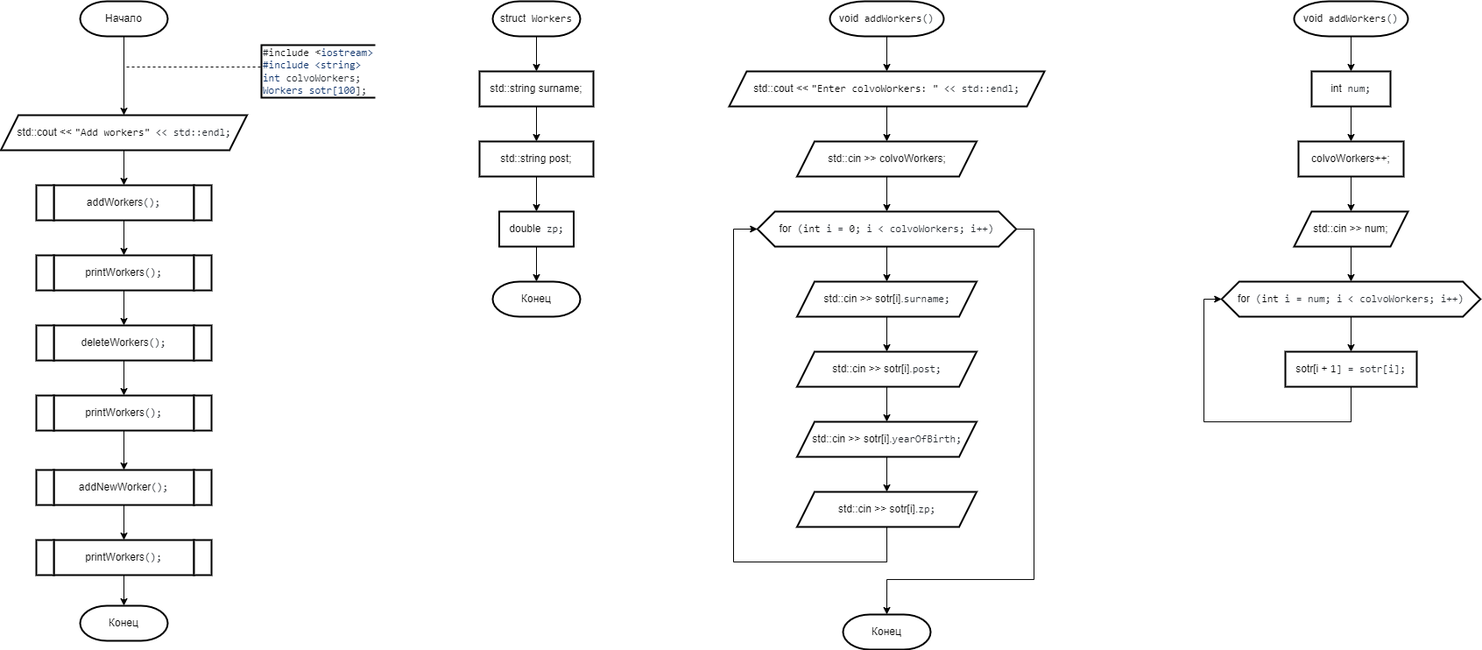
Earlier version of the draw.io export 2 Семестр/Labs/8 Лаба/8 Лаба.png (IlyaFedoseev227/LABS-PNRPU-IVT-22-1b). Source tidied: cells renumbered, new cells last; positions are measured from the earlier drawing's top-left corner, leaving out a move shared by most shapes.
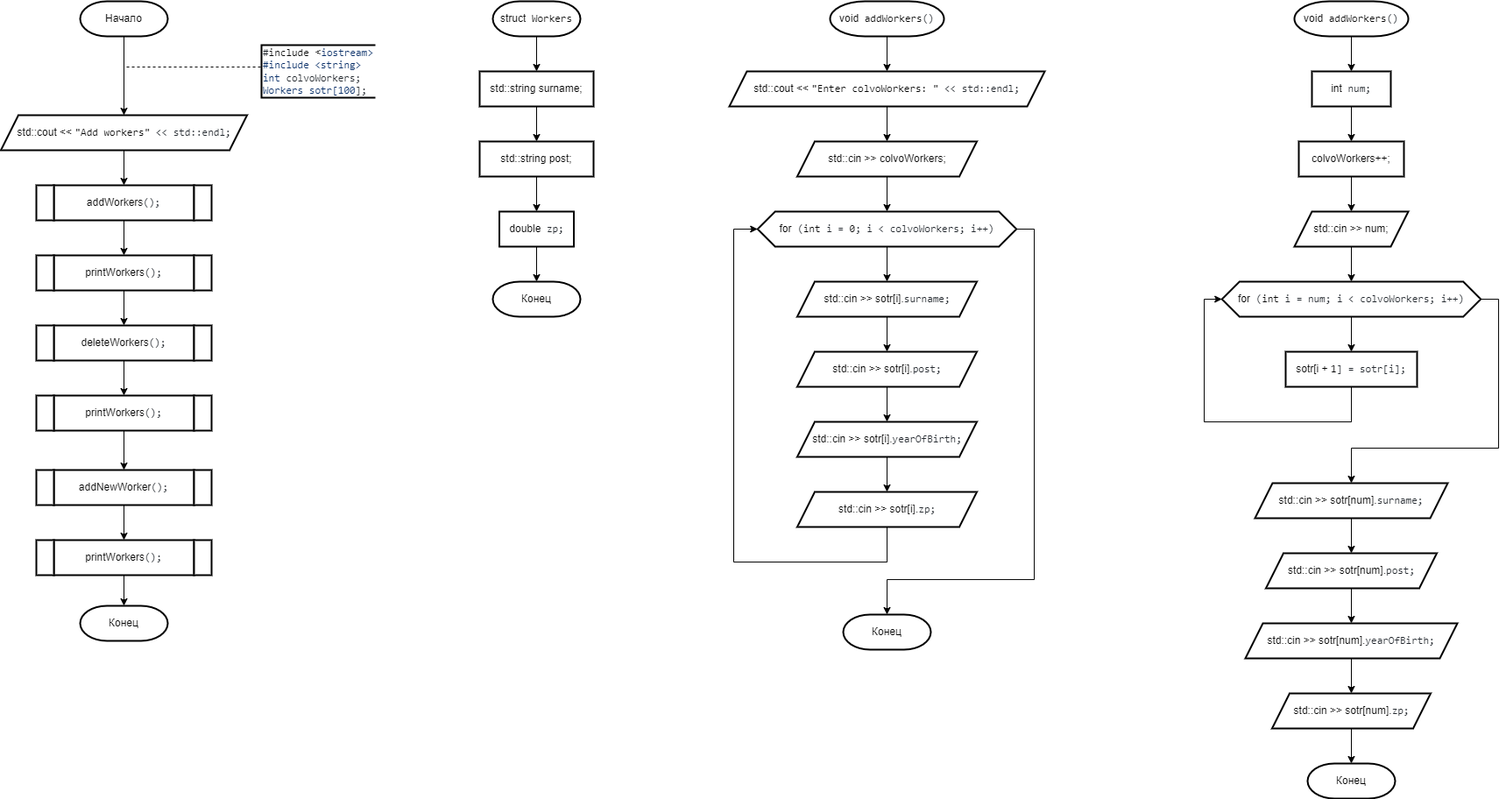
Later version of the same file.

What changed in the source:
```diff
@@ -222,6 +222,15 @@
     <mxCell id="68" style="edgeStyle=orthogonalEdgeStyle;rounded=0;jettySize=auto;html=1;exitX=0.5;exitY=1;exitDx=0;exitDy=0;entryX=0.5;entryY=0;entryDx=0;entryDy=0;" parent="1" edge="1" source="69" target="71">
       <mxGeometry relative="1" as="geometry" />
     </mxCell>
+    <mxCell id="72" style="edgeStyle=orthogonalEdgeStyle;rounded=0;jettySize=auto;html=1;exitX=1;exitY=0.5;exitDx=0;exitDy=0;entryX=0.5;entryY=0;entryDx=0;entryDy=0;" parent="1" edge="1" source="69" target="74">
+      <mxGeometry relative="1" as="geometry">
+        <Array as="points">
+          <mxPoint x="1709" y="340" />
+          <mxPoint x="1709" y="510" />
+          <mxPoint x="1541" y="510" />
+        </Array>
+      </mxGeometry>
+    </mxCell>
     <mxCell id="69" value="&lt;div style=&quot;text-align: start;&quot;&gt;for&lt;span style=&quot;color: rgb(36, 41, 47); font-family: ui-monospace, SFMono-Regular, &amp;quot;SF Mono&amp;quot;, Menlo, Consolas, &amp;quot;Liberation Mono&amp;quot;, monospace; background-color: rgb(255, 255, 255);&quot;&gt; (&lt;/span&gt;&lt;span style=&quot;box-sizing: border-box; color: var(--color-prettylights-syntax-keyword); font-family: ui-monospace, SFMono-Regular, &amp;quot;SF Mono&amp;quot;, Menlo, Consolas, &amp;quot;Liberation Mono&amp;quot;, monospace; background-color: rgb(255, 255, 255);&quot; class=&quot;pl-k&quot;&gt;int&lt;/span&gt;&lt;span style=&quot;color: rgb(36, 41, 47); font-family: ui-monospace, SFMono-Regular, &amp;quot;SF Mono&amp;quot;, Menlo, Consolas, &amp;quot;Liberation Mono&amp;quot;, monospace; background-color: rgb(255, 255, 255);&quot;&gt; i = num; i &amp;lt; colvoWorkers; i++)&lt;/span&gt;&lt;br&gt;&lt;/div&gt;" style="shape=hexagon;perimeter=hexagonPerimeter2;whiteSpace=wrap;html=1;fixedSize=1;strokeWidth=2;" parent="1" vertex="1">
       <mxGeometry x="1393.2" y="320" width="295.5" height="40" as="geometry" />
     </mxCell>
@@ -237,5 +246,32 @@
     <mxCell id="71" value="sotr[i + &lt;span style=&quot;box-sizing: border-box; color: var(--color-prettylights-syntax-constant); font-family: ui-monospace, SFMono-Regular, &amp;quot;SF Mono&amp;quot;, Menlo, Consolas, &amp;quot;Liberation Mono&amp;quot;, monospace; text-align: start; background-color: rgb(255, 255, 255);&quot; class=&quot;pl-c1&quot;&gt;1&lt;/span&gt;&lt;span style=&quot;color: rgb(36, 41, 47); font-family: ui-monospace, SFMono-Regular, &amp;quot;SF Mono&amp;quot;, Menlo, Consolas, &amp;quot;Liberation Mono&amp;quot;, monospace; text-align: start; background-color: rgb(255, 255, 255);&quot;&gt;] = sotr[i];&lt;/span&gt;" style="shape=parallelogram;perimeter=parallelogramPerimeter;whiteSpace=wrap;html=1;fixedSize=1;strokeWidth=2;size=-6;" parent="1" vertex="1">
       <mxGeometry x="1466" y="400" width="150" height="40" as="geometry" />
     </mxCell>
+    <mxCell id="73" style="edgeStyle=orthogonalEdgeStyle;rounded=0;jettySize=auto;html=1;exitX=0.5;exitY=1;exitDx=0;exitDy=0;" parent="1" edge="1" source="74" target="76">
+      <mxGeometry relative="1" as="geometry" />
+    </mxCell>
+    <mxCell id="74" value="&lt;div style=&quot;text-align: start;&quot;&gt;std::cin &amp;gt;&amp;gt; sotr[num].&lt;span style=&quot;box-sizing: border-box; color: rgb(36, 41, 47); font-family: ui-monospace, SFMono-Regular, &amp;quot;SF Mono&amp;quot;, Menlo, Consolas, &amp;quot;Liberation Mono&amp;quot;, monospace; background-color: rgb(255, 255, 255);&quot; class=&quot;pl-smi&quot;&gt;surname&lt;/span&gt;&lt;span style=&quot;color: rgb(36, 41, 47); font-family: ui-monospace, SFMono-Regular, &amp;quot;SF Mono&amp;quot;, Menlo, Consolas, &amp;quot;Liberation Mono&amp;quot;, monospace; background-color: rgb(255, 255, 255);&quot;&gt;;&lt;/span&gt;&lt;br&gt;&lt;/div&gt;" style="shape=parallelogram;perimeter=parallelogramPerimeter;whiteSpace=wrap;html=1;fixedSize=1;strokeWidth=2;size=20;" parent="1" vertex="1">
+      <mxGeometry x="1431" y="550" width="220" height="40" as="geometry" />
+    </mxCell>
+    <mxCell id="75" style="edgeStyle=orthogonalEdgeStyle;rounded=0;jettySize=auto;html=1;exitX=0.5;exitY=1;exitDx=0;exitDy=0;" parent="1" edge="1" source="76" target="78">
+      <mxGeometry relative="1" as="geometry" />
+    </mxCell>
+    <mxCell id="76" value="&lt;div style=&quot;text-align: start;&quot;&gt;std::cin &amp;gt;&amp;gt; sotr[num].&lt;span style=&quot;box-sizing: border-box; color: rgb(36, 41, 47); font-family: ui-monospace, SFMono-Regular, &amp;quot;SF Mono&amp;quot;, Menlo, Consolas, &amp;quot;Liberation Mono&amp;quot;, monospace; background-color: rgb(255, 255, 255);&quot; class=&quot;pl-smi&quot;&gt;post&lt;/span&gt;&lt;span style=&quot;color: rgb(36, 41, 47); font-family: ui-monospace, SFMono-Regular, &amp;quot;SF Mono&amp;quot;, Menlo, Consolas, &amp;quot;Liberation Mono&amp;quot;, monospace; background-color: rgb(255, 255, 255);&quot;&gt;;&lt;/span&gt;&lt;br&gt;&lt;/div&gt;" style="shape=parallelogram;perimeter=parallelogramPerimeter;whiteSpace=wrap;html=1;fixedSize=1;strokeWidth=2;size=20;" parent="1" vertex="1">
+      <mxGeometry x="1443.5" y="630" width="195" height="40" as="geometry" />
+    </mxCell>
+    <mxCell id="77" style="edgeStyle=orthogonalEdgeStyle;rounded=0;jettySize=auto;html=1;exitX=0.5;exitY=1;exitDx=0;exitDy=0;" parent="1" edge="1" source="78" target="80">
+      <mxGeometry relative="1" as="geometry" />
+    </mxCell>
+    <mxCell id="78" value="&lt;div style=&quot;text-align: start;&quot;&gt;std::cin &amp;gt;&amp;gt; sotr[num].&lt;span style=&quot;box-sizing: border-box; color: rgb(36, 41, 47); font-family: ui-monospace, SFMono-Regular, &amp;quot;SF Mono&amp;quot;, Menlo, Consolas, &amp;quot;Liberation Mono&amp;quot;, monospace; background-color: rgb(255, 255, 255);&quot; class=&quot;pl-smi&quot;&gt;yearOfBirth&lt;/span&gt;&lt;span style=&quot;color: rgb(36, 41, 47); font-family: ui-monospace, SFMono-Regular, &amp;quot;SF Mono&amp;quot;, Menlo, Consolas, &amp;quot;Liberation Mono&amp;quot;, monospace; background-color: rgb(255, 255, 255);&quot;&gt;;&lt;/span&gt;&lt;br&gt;&lt;/div&gt;" style="shape=parallelogram;perimeter=parallelogramPerimeter;whiteSpace=wrap;html=1;fixedSize=1;strokeWidth=2;size=20;" parent="1" vertex="1">
+      <mxGeometry x="1420" y="710" width="242" height="40" as="geometry" />
+    </mxCell>
+    <mxCell id="79" style="edgeStyle=orthogonalEdgeStyle;rounded=0;jettySize=auto;html=1;exitX=0.5;exitY=1;exitDx=0;exitDy=0;entryX=0.5;entryY=0;entryDx=0;entryDy=0;entryPerimeter=0;" parent="1" edge="1" source="80" target="81">
+      <mxGeometry relative="1" as="geometry" />
+    </mxCell>
+    <mxCell id="80" value="&lt;div style=&quot;text-align: start;&quot;&gt;std::cin &amp;gt;&amp;gt; sotr[num].&lt;span style=&quot;box-sizing: border-box; color: rgb(36, 41, 47); font-family: ui-monospace, SFMono-Regular, &amp;quot;SF Mono&amp;quot;, Menlo, Consolas, &amp;quot;Liberation Mono&amp;quot;, monospace; background-color: rgb(255, 255, 255);&quot; class=&quot;pl-smi&quot;&gt;zp&lt;/span&gt;&lt;span style=&quot;color: rgb(36, 41, 47); font-family: ui-monospace, SFMono-Regular, &amp;quot;SF Mono&amp;quot;, Menlo, Consolas, &amp;quot;Liberation Mono&amp;quot;, monospace; background-color: rgb(255, 255, 255);&quot;&gt;;&lt;/span&gt;&lt;br&gt;&lt;/div&gt;" style="shape=parallelogram;perimeter=parallelogramPerimeter;whiteSpace=wrap;html=1;fixedSize=1;strokeWidth=2;size=20;" parent="1" vertex="1">
+      <mxGeometry x="1450.5" y="790" width="181" height="40" as="geometry" />
+    </mxCell>
+    <mxCell id="81" value="Конец" style="strokeWidth=2;html=1;shape=mxgraph.flowchart.terminator;whiteSpace=wrap;" parent="1" vertex="1">
+      <mxGeometry x="1491" y="870" width="100" height="40" as="geometry" />
+    </mxCell>
   </root>
 </mxGraphModel>
```
